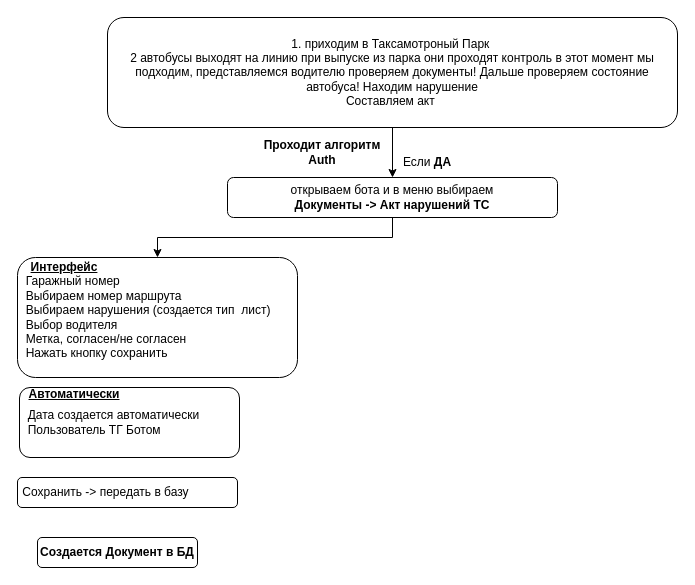
Above: маршрут акта.drawio in EvgeniiGud/draw (draw.io), before the change. Source tidied: cells renumbered, new cells numbered last; positions are measured from the earlier drawing's top-left corner, leaving out a move shared by most shapes. Both pictures are drawn from the tidied source at 100%, with x=0, y=0 at pixel (17, 17).
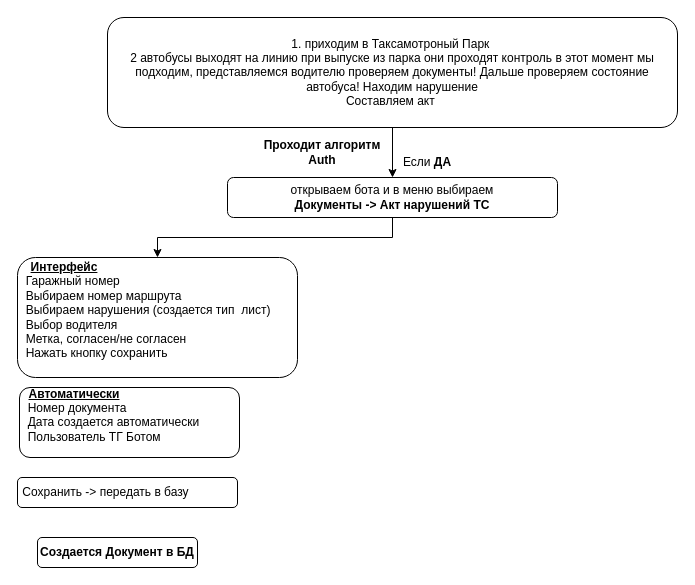
After the change.

What changed in the source:
```diff
@@
 <mxGraphModel>
   <root>
     <mxCell id="0" />
     <mxCell id="1" parent="0" />
     <mxCell id="2" style="edgeStyle=orthogonalEdgeStyle;rounded=0;jettySize=auto;html=1;" parent="1" edge="1" source="3" target="5">
       <mxGeometry relative="1" as="geometry" />
     </mxCell>
     <mxCell id="3" value="&lt;div&gt;1. приходим в Таксамотроный Парк&amp;nbsp;&lt;/div&gt;&lt;div&gt;2 автобусы выходят на линию при выпуске из парка они проходят контроль в этот момент мы подходим, представляемся водителю проверяем документы! Дальше проверяем состояние автобуса! Находим нарушение&lt;/div&gt;&lt;div&gt;Составляем акт&amp;nbsp;&lt;/div&gt;" style="rounded=1;whiteSpace=wrap;html=1;" parent="1" vertex="1">
       <mxGeometry x="90" width="570" height="110" as="geometry" />
     </mxCell>
     <mxCell id="4" style="edgeStyle=orthogonalEdgeStyle;rounded=0;jettySize=auto;html=1;entryX=0.5;entryY=0;entryDx=0;entryDy=0;" parent="1" edge="1" source="5" target="10">
       <mxGeometry relative="1" as="geometry" />
     </mxCell>
     <mxCell id="5" value="открываем бота и в меню выбираем&lt;br&gt;&lt;b&gt;Документы -&amp;gt; Акт нарушений ТС&lt;/b&gt;" style="whiteSpace=wrap;html=1;rounded=1;" parent="1" vertex="1">
       <mxGeometry x="210" y="160" width="330" height="40" as="geometry" />
     </mxCell>
     <mxCell id="6" value="&lt;b&gt;Проходит алгоритм Auth&lt;/b&gt;" style="text;html=1;strokeColor=none;fillColor=none;align=center;verticalAlign=middle;whiteSpace=wrap;rounded=0;" parent="1" vertex="1">
       <mxGeometry x="240" y="120" width="130" height="30" as="geometry" />
     </mxCell>
     <mxCell id="7" value="Если &lt;b&gt;ДА&lt;/b&gt;" style="text;html=1;strokeColor=none;fillColor=none;align=center;verticalAlign=middle;whiteSpace=wrap;rounded=0;" parent="1" vertex="1">
       <mxGeometry x="380" y="130" width="60" height="30" as="geometry" />
     </mxCell>
     <mxCell id="8" value="&lt;b&gt;Создается Документ в БД&lt;/b&gt;" style="whiteSpace=wrap;html=1;rounded=1;" parent="1" vertex="1">
       <mxGeometry x="20" y="520" width="160" height="30" as="geometry" />
     </mxCell>
-    <mxCell id="9" value="&amp;nbsp; Дата создается автоматически&lt;br&gt;&lt;div style=&quot;&quot;&gt;&lt;span style=&quot;background-color: initial;&quot;&gt;&amp;nbsp; Пользователь ТГ Ботом&lt;/span&gt;&lt;/div&gt;" style="whiteSpace=wrap;html=1;rounded=1;align=left;" parent="1" vertex="1">
+    <mxCell id="9" value="&amp;nbsp; Номер документа&amp;nbsp;&amp;nbsp;&lt;br&gt;&amp;nbsp; Дата создается автоматически&lt;br&gt;&lt;div style=&quot;&quot;&gt;&lt;span style=&quot;background-color: initial;&quot;&gt;&amp;nbsp; Пользователь ТГ Ботом&lt;/span&gt;&lt;/div&gt;" style="whiteSpace=wrap;html=1;rounded=1;align=left;" parent="1" vertex="1">
       <mxGeometry x="2" y="370" width="220" height="70" as="geometry" />
     </mxCell>
     <mxCell id="10" value="&amp;nbsp; Гаражный номер&lt;br&gt;&amp;nbsp; Выбираем номер маршрута&lt;br&gt;&amp;nbsp; Выбираем нарушения (создается тип&amp;nbsp; лист)&lt;br&gt;&amp;nbsp; Выбор водителя&lt;br&gt;&amp;nbsp; Метка, согласен/не согласен&lt;br&gt;&amp;nbsp; Нажать кнопку сохранить" style="whiteSpace=wrap;html=1;rounded=1;align=left;" parent="1" vertex="1">
       <mxGeometry y="240" width="280" height="120" as="geometry" />
     </mxCell>
     <mxCell id="11" value="&lt;b&gt;&lt;u&gt;Интерфейс&lt;/u&gt;&lt;/b&gt;" style="text;html=1;strokeColor=none;fillColor=none;align=center;verticalAlign=middle;whiteSpace=wrap;rounded=0;" parent="1" vertex="1">
       <mxGeometry x="7" y="235" width="80" height="30" as="geometry" />
     </mxCell>
     <mxCell id="12" value="&amp;nbsp;Сохранить -&amp;gt; передать в базу" style="whiteSpace=wrap;html=1;align=left;rounded=1;" parent="1" vertex="1">
       <mxGeometry y="460" width="220" height="30" as="geometry" />
     </mxCell>
     <mxCell id="13" value="&lt;b&gt;&lt;u&gt;Автоматически&lt;/u&gt;&lt;/b&gt;" style="text;html=1;strokeColor=none;fillColor=none;align=center;verticalAlign=middle;whiteSpace=wrap;rounded=0;" parent="1" vertex="1">
       <mxGeometry x="2" y="362" width="110" height="30" as="geometry" />
     </mxCell>
   </root>
 </mxGraphModel>
```
